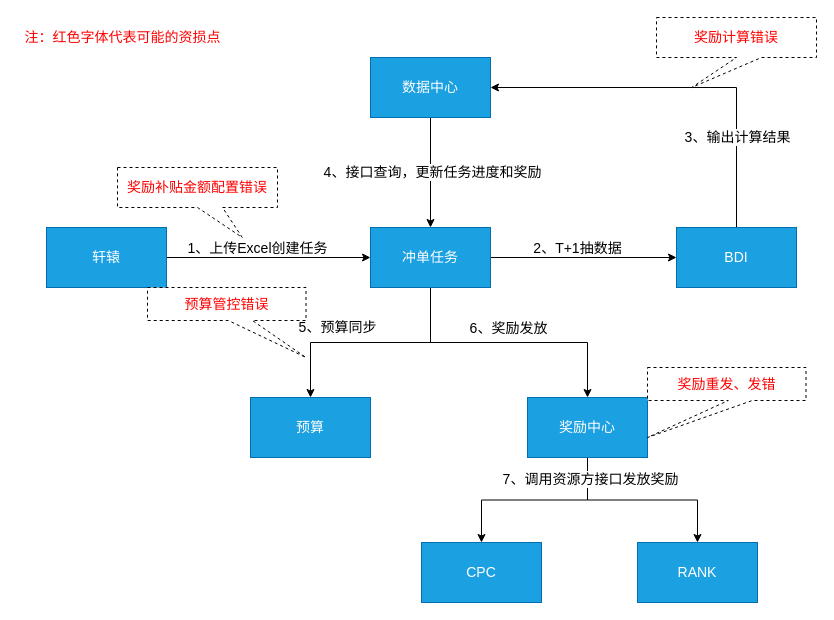
Earlier version of the draw.io diagram page "冲单返佣任务流程" (3 of 6) of 商户任务.drawio (jon-kong/draw.io). Source tidied: cells renumbered, new cells numbered last; positions are measured from the earlier drawing's top-left corner, leaving out a move shared by most shapes. Both pictures are drawn from the tidied source at 100%, with x=0, y=0 at pixel (17, 17).
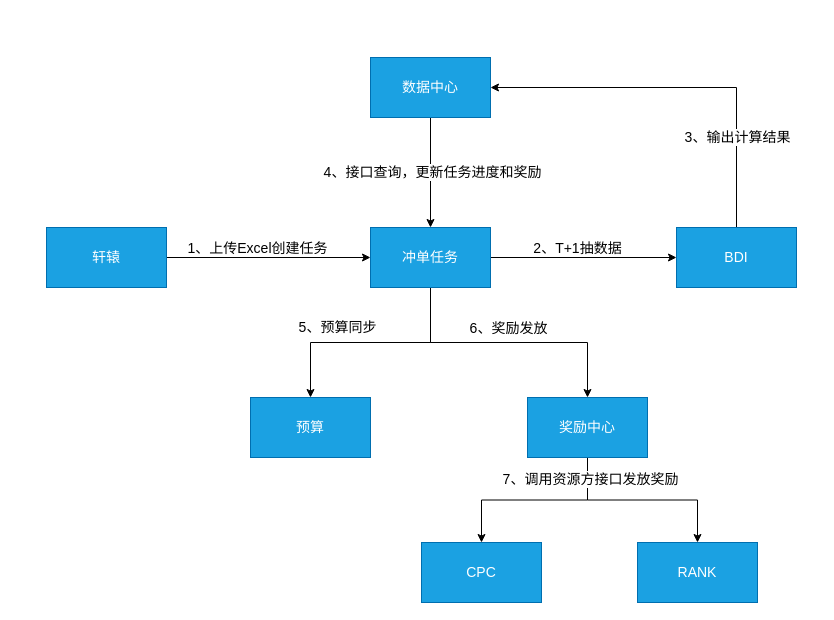
After the change.

Diff of the diagram source:
```diff
@@
-    <mxCell id="24" value="注：红色字体代表可能的资损点" style="text;html=1;align=center;verticalAlign=middle;fontSize=14;fontColor=#FF0000;" parent="1" vertex="1">
-      <mxGeometry y="10" width="210" height="20" as="geometry" />
-    </mxCell>
-    <mxCell id="25" value="奖励补贴金额配置错误" style="shape=callout;whiteSpace=wrap;html=1;perimeter=calloutPerimeter;fontSize=14;fontColor=#FF0000;position2=0.78;base=25;dashed=1;" parent="1" vertex="1">
-      <mxGeometry x="100" y="150" width="160" height="70" as="geometry" />
-    </mxCell>
-    <mxCell id="26" value="奖励计算错误" style="shape=callout;whiteSpace=wrap;html=1;perimeter=calloutPerimeter;fontSize=14;fontColor=#FF0000;position2=0.22;base=25;dashed=1;" parent="1" vertex="1">
-      <mxGeometry x="639" width="160" height="70" as="geometry" />
-    </mxCell>
-    <mxCell id="27" value="预算管控错误" style="shape=callout;whiteSpace=wrap;html=1;perimeter=calloutPerimeter;fontSize=14;fontColor=#FF0000;position2=1;base=24;dashed=1;size=37;position=0.51;" parent="1" vertex="1">
-      <mxGeometry x="130" y="270" width="158.5" height="70" as="geometry" />
-    </mxCell>
-    <mxCell id="28" value="奖励重发、发错" style="shape=callout;whiteSpace=wrap;html=1;perimeter=calloutPerimeter;fontSize=14;fontColor=#FF0000;position2=0;base=24;dashed=1;size=37;position=0.51;" parent="1" vertex="1">
-      <mxGeometry x="630" y="350" width="158.5" height="70" as="geometry" />
-    </mxCell>
```
